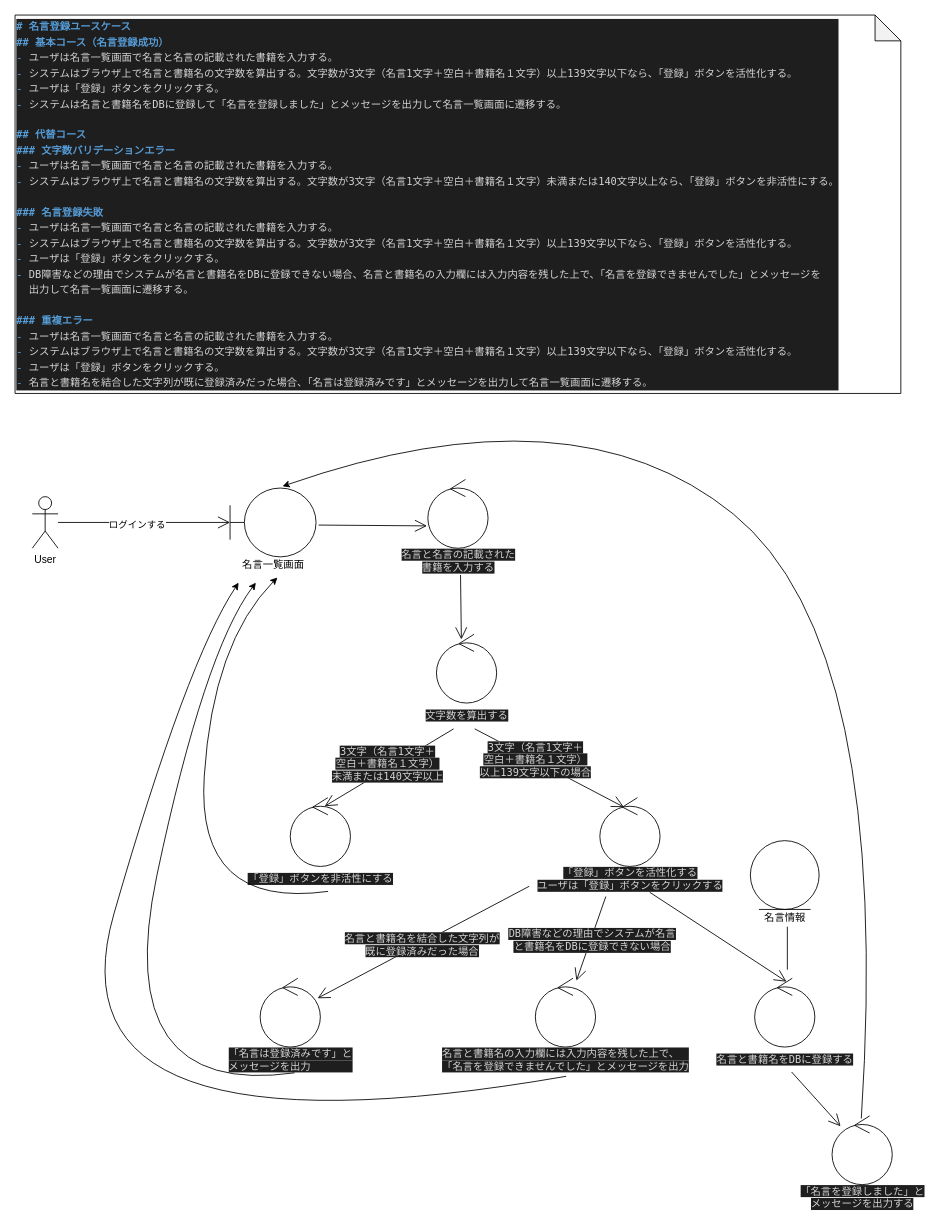
The draw.io diagram page "名言登録v0.1" (4 of 7) of docs/ICONIX/RobustnessMap.drawio in yasugahira0810/kotodama, before the edit. Source tidied: cells renumbered, new cells numbered last; positions are measured from the earlier drawing's top-left corner, leaving out a move shared by most shapes. Both pictures are drawn from the tidied source at 86%, with x=0, y=0 at pixel (15, 15).
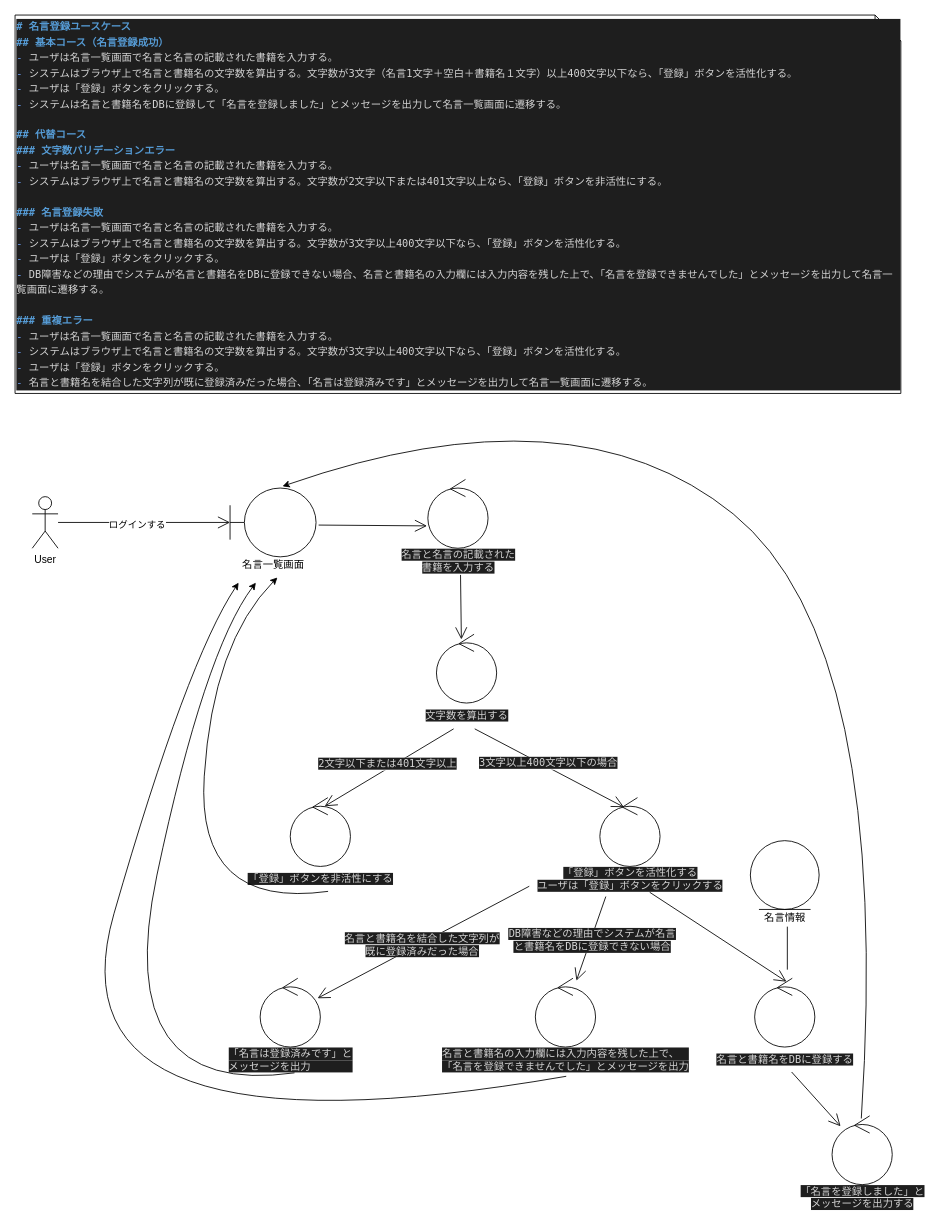
Above is the later version.

Unchanged cells that the change refers to:
```xml
<mxCell id="18" style="endArrow=open;endFill=1;endSize=12;html=1;exitX=0.52;exitY=1.033;exitDx=0;exitDy=0;exitPerimeter=0;entryX=0.4;entryY=0.138;entryDx=0;entryDy=0;entryPerimeter=0;" parent="1" edge="1" target="23">
  <mxGeometry relative="1" as="geometry">
    <mxPoint x="534.5" y="830" as="sourcePoint" />
  </mxGeometry>
</mxCell>
<mxCell id="20" style="endArrow=open;endFill=1;endSize=12;html=1;exitX=0.52;exitY=1.033;exitDx=0;exitDy=0;exitPerimeter=0;" parent="1" edge="1">
  <mxGeometry relative="1" as="geometry">
    <mxPoint x="510" y="830" as="sourcePoint" />
    <mxPoint x="360" y="920" as="targetPoint" />
  </mxGeometry>
</mxCell>
```

Diff of the diagram source:
```diff
@@
-    <mxCell id="3" value="&lt;div style=&quot;color: rgb(212 , 212 , 212) ; background-color: rgb(30 , 30 , 30) ; font-family: &amp;#34;menlo&amp;#34; , &amp;#34;monaco&amp;#34; , &amp;#34;courier new&amp;#34; , monospace ; font-weight: normal ; font-size: 12px ; line-height: 18px&quot;&gt;&lt;div style=&quot;font-family: &amp;#34;menlo&amp;#34; , &amp;#34;monaco&amp;#34; , &amp;#34;courier new&amp;#34; , monospace ; line-height: 18px&quot;&gt;&lt;div style=&quot;font-family: &amp;#34;menlo&amp;#34; , &amp;#34;monaco&amp;#34; , &amp;#34;courier new&amp;#34; , monospace ; line-height: 18px&quot;&gt;&lt;div&gt;&lt;span style=&quot;color: #569cd6 ; font-weight: bold&quot;&gt;# 名言登録ユースケース&lt;/span&gt;&lt;/div&gt;&lt;div&gt;&lt;span style=&quot;color: #569cd6 ; font-weight: bold&quot;&gt;## 基本コース（名言登録成功）&lt;/span&gt;&lt;/div&gt;&lt;div&gt;&lt;span style=&quot;color: #6796e6&quot;&gt;-&lt;/span&gt; ユーザは名言一覧画面で名言と名言の記載された書籍を入力する。&lt;/div&gt;&lt;div&gt;&lt;span style=&quot;color: #6796e6&quot;&gt;-&lt;/span&gt; システムはブラウザ上で名言と書籍名の文字数を算出する。文字数が3文字（名言1文字＋空白＋書籍名１文字）以上139文字以下なら、「登録」ボタンを活性化する。&lt;/div&gt;&lt;div&gt;&lt;span style=&quot;color: #6796e6&quot;&gt;-&lt;/span&gt; ユーザは「登録」ボタンをクリックする。&lt;/div&gt;&lt;div&gt;&lt;span style=&quot;color: #6796e6&quot;&gt;-&lt;/span&gt; システムは名言と書籍名をDBに登録して「名言を登録しました」とメッセージを出力して名言一覧画面に遷移する。&lt;/div&gt;&lt;br&gt;&lt;div&gt;&lt;span style=&quot;color: #569cd6 ; font-weight: bold&quot;&gt;## 代替コース&lt;/span&gt;&lt;/div&gt;&lt;div&gt;&lt;span style=&quot;color: #569cd6 ; font-weight: bold&quot;&gt;### 文字数バリデーションエラー&lt;/span&gt;&lt;/div&gt;&lt;div&gt;&lt;span style=&quot;color: #6796e6&quot;&gt;-&lt;/span&gt; ユーザは名言一覧画面で名言と名言の記載された書籍を入力する。&lt;/div&gt;&lt;div&gt;&lt;span style=&quot;color: #6796e6&quot;&gt;-&lt;/span&gt; システムはブラウザ上で名言と書籍名の文字数を算出する。文字数が3文字（名言1文字＋空白＋書籍名１文字）未満または140文字以上なら、「登録」ボタンを非活性にする。&lt;/div&gt;&lt;br&gt;&lt;div&gt;&lt;span style=&quot;color: #569cd6 ; font-weight: bold&quot;&gt;### 名言登録失敗&lt;/span&gt;&lt;/div&gt;&lt;div&gt;&lt;span style=&quot;color: #6796e6&quot;&gt;-&lt;/span&gt; ユーザは名言一覧画面で名言と名言の記載された書籍を入力する。&lt;/div&gt;&lt;div&gt;&lt;span style=&quot;color: #6796e6&quot;&gt;-&lt;/span&gt; システムはブラウザ上で名言と書籍名の文字数を算出する。文字数が3文字（名言1文字＋空白＋書籍名１文字）以上139文字以下なら、「登録」ボタンを活性化する。&lt;/div&gt;&lt;div&gt;&lt;span style=&quot;color: #6796e6&quot;&gt;-&lt;/span&gt; ユーザは「登録」ボタンをクリックする。&lt;/div&gt;&lt;div&gt;&lt;span style=&quot;color: #6796e6&quot;&gt;-&lt;/span&gt; DB障害などの理由でシステムが名言と書籍名をDBに登録できない場合、名言と書籍名の入力欄には入力内容を残した上で、「名言を登録できませんでした」とメッセージを&lt;/div&gt;&lt;div&gt;&amp;nbsp; 出力して名言一覧画面に遷移する。&lt;/div&gt;&lt;div&gt;&lt;br&gt;&lt;/div&gt;&lt;div&gt;&lt;div style=&quot;font-family: &amp;#34;menlo&amp;#34; , &amp;#34;monaco&amp;#34; , &amp;#34;courier new&amp;#34; , monospace ; line-height: 18px&quot;&gt;&lt;div&gt;&lt;span style=&quot;color: #569cd6 ; font-weight: bold&quot;&gt;### 重複エラー&lt;/span&gt;&lt;/div&gt;&lt;div&gt;&lt;span style=&quot;color: #6796e6&quot;&gt;-&lt;/span&gt; ユーザは名言一覧画面で名言と名言の記載された書籍を入力する。&lt;/div&gt;&lt;div&gt;&lt;span style=&quot;color: #6796e6&quot;&gt;-&lt;/span&gt; システムはブラウザ上で名言と書籍名の文字数を算出する。文字数が3文字（名言1文字＋空白＋書籍名１文字）以上139文字以下なら、「登録」ボタンを活性化する。&lt;/div&gt;&lt;div&gt;&lt;span style=&quot;color: #6796e6&quot;&gt;-&lt;/span&gt; ユーザは「登録」ボタンをクリックする。&lt;/div&gt;&lt;div&gt;&lt;span style=&quot;color: #6796e6&quot;&gt;-&lt;/span&gt; 名言と書籍名を結合した文字列が既に登録済みだった場合、「名言は登録済みです」とメッセージを出力して名言一覧画面に遷移する。&lt;/div&gt;&lt;/div&gt;&lt;/div&gt;&lt;/div&gt;&lt;/div&gt;&lt;/div&gt;" style="shape=note;whiteSpace=wrap;html=1;backgroundOutline=1;darkOpacity=0.05;align=left;" parent="1" vertex="1">
+    <mxCell id="3" value="&lt;div style=&quot;color: rgb(212 , 212 , 212) ; background-color: rgb(30 , 30 , 30) ; font-family: &amp;#34;menlo&amp;#34; , &amp;#34;monaco&amp;#34; , &amp;#34;courier new&amp;#34; , monospace ; font-weight: normal ; font-size: 12px ; line-height: 18px&quot;&gt;&lt;div style=&quot;font-family: &amp;#34;menlo&amp;#34; , &amp;#34;monaco&amp;#34; , &amp;#34;courier new&amp;#34; , monospace ; line-height: 18px&quot;&gt;&lt;div style=&quot;font-family: &amp;#34;menlo&amp;#34; , &amp;#34;monaco&amp;#34; , &amp;#34;courier new&amp;#34; , monospace ; line-height: 18px&quot;&gt;&lt;span style=&quot;color: rgb(86 , 156 , 214) ; font-weight: bold ; font-family: &amp;#34;menlo&amp;#34; , &amp;#34;monaco&amp;#34; , &amp;#34;courier new&amp;#34; , monospace&quot;&gt;# 名言登録ユースケース&lt;/span&gt;&lt;br&gt;&lt;/div&gt;&lt;div style=&quot;font-family: &amp;#34;menlo&amp;#34; , &amp;#34;monaco&amp;#34; , &amp;#34;courier new&amp;#34; , monospace ; line-height: 18px&quot;&gt;&lt;div style=&quot;font-family: &amp;#34;menlo&amp;#34; , &amp;#34;monaco&amp;#34; , &amp;#34;courier new&amp;#34; , monospace ; line-height: 18px&quot;&gt;&lt;div&gt;&lt;span style=&quot;color: #569cd6 ; font-weight: bold&quot;&gt;## 基本コース（名言登録成功）&lt;/span&gt;&lt;/div&gt;&lt;div&gt;&lt;span style=&quot;color: #6796e6&quot;&gt;-&lt;/span&gt; ユーザは名言一覧画面で名言と名言の記載された書籍を入力する。&lt;/div&gt;&lt;div&gt;&lt;span style=&quot;color: #6796e6&quot;&gt;-&lt;/span&gt; システムはブラウザ上で名言と書籍名の文字数を算出する。文字数が3文字（名言1文字＋空白＋書籍名１文字）以上400文字以下なら、「登録」ボタンを活性化する。&lt;/div&gt;&lt;div&gt;&lt;span style=&quot;color: #6796e6&quot;&gt;-&lt;/span&gt; ユーザは「登録」ボタンをクリックする。&lt;/div&gt;&lt;div&gt;&lt;span style=&quot;color: #6796e6&quot;&gt;-&lt;/span&gt; システムは名言と書籍名をDBに登録して「名言を登録しました」とメッセージを出力して名言一覧画面に遷移する。&lt;/div&gt;&lt;br&gt;&lt;div&gt;&lt;span style=&quot;color: #569cd6 ; font-weight: bold&quot;&gt;## 代替コース&lt;/span&gt;&lt;/div&gt;&lt;div&gt;&lt;span style=&quot;color: #569cd6 ; font-weight: bold&quot;&gt;### 文字数バリデーションエラー&lt;/span&gt;&lt;/div&gt;&lt;div&gt;&lt;span style=&quot;color: #6796e6&quot;&gt;-&lt;/span&gt; ユーザは名言一覧画面で名言と名言の記載された書籍を入力する。&lt;/div&gt;&lt;div&gt;&lt;span style=&quot;color: #6796e6&quot;&gt;-&lt;/span&gt; システムはブラウザ上で名言と書籍名の文字数を算出する。文字数が2文字以下または401文字以上なら、「登録」ボタンを非活性にする。&lt;/div&gt;&lt;br&gt;&lt;div&gt;&lt;span style=&quot;color: #569cd6 ; font-weight: bold&quot;&gt;### 名言登録失敗&lt;/span&gt;&lt;/div&gt;&lt;div&gt;&lt;span style=&quot;color: #6796e6&quot;&gt;-&lt;/span&gt; ユーザは名言一覧画面で名言と名言の記載された書籍を入力する。&lt;/div&gt;&lt;div&gt;&lt;span style=&quot;color: #6796e6&quot;&gt;-&lt;/span&gt; システムはブラウザ上で名言と書籍名の文字数を算出する。文字数が3文字以上400文字以下なら、「登録」ボタンを活性化する。&lt;/div&gt;&lt;div&gt;&lt;span style=&quot;color: #6796e6&quot;&gt;-&lt;/span&gt; ユーザは「登録」ボタンをクリックする。&lt;/div&gt;&lt;div&gt;&lt;span style=&quot;color: #6796e6&quot;&gt;-&lt;/span&gt; DB障害などの理由でシステムが名言と書籍名をDBに登録できない場合、名言と書籍名の入力欄には入力内容を残した上で、「名言を登録できませんでした」とメッセージを出力して名言一覧画面に遷移する。&lt;/div&gt;&lt;br&gt;&lt;div&gt;&lt;span style=&quot;color: #569cd6 ; font-weight: bold&quot;&gt;### 重複エラー&lt;/span&gt;&lt;/div&gt;&lt;div&gt;&lt;span style=&quot;color: #6796e6&quot;&gt;-&lt;/span&gt; ユーザは名言一覧画面で名言と名言の記載された書籍を入力する。&lt;/div&gt;&lt;div&gt;&lt;span style=&quot;color: #6796e6&quot;&gt;-&lt;/span&gt; システムはブラウザ上で名言と書籍名の文字数を算出する。文字数が3文字以上400文字以下なら、「登録」ボタンを活性化する。&lt;/div&gt;&lt;div&gt;&lt;span style=&quot;color: #6796e6&quot;&gt;-&lt;/span&gt; ユーザは「登録」ボタンをクリックする。&lt;/div&gt;&lt;div&gt;&lt;span style=&quot;color: #6796e6&quot;&gt;-&lt;/span&gt; 名言と書籍名を結合した文字列が既に登録済みだった場合、「名言は登録済みです」とメッセージを出力して名言一覧画面に遷移する。&lt;/div&gt;&lt;/div&gt;&lt;/div&gt;&lt;/div&gt;&lt;/div&gt;" style="shape=note;whiteSpace=wrap;html=1;backgroundOutline=1;darkOpacity=0.05;align=left;" parent="1" vertex="1">
       <mxGeometry width="1030" height="440" as="geometry" />
     </mxCell>
@@
-    <mxCell id="19" value="&lt;span style=&quot;color: rgb(212 , 212 , 212) ; font-family: &amp;#34;menlo&amp;#34; , &amp;#34;monaco&amp;#34; , &amp;#34;courier new&amp;#34; , monospace ; font-size: 12px ; text-align: left ; background-color: rgb(30 , 30 , 30)&quot;&gt;3文字（名言1文字＋&lt;br&gt;空白＋書籍名１文字）&lt;br&gt;以上139文字以下の場合&lt;br&gt;&lt;/span&gt;" style="edgeLabel;html=1;align=center;verticalAlign=middle;" parent="18" vertex="1">
-      <mxGeometry x="-0.19" y="1" relative="1" as="geometry" />
+    <mxCell id="19" value="&lt;span style=&quot;color: rgb(212 , 212 , 212) ; font-family: &amp;#34;menlo&amp;#34; , &amp;#34;monaco&amp;#34; , &amp;#34;courier new&amp;#34; , monospace ; font-size: 12px ; text-align: left ; background-color: rgb(30 , 30 , 30)&quot;&gt;3文字以上400文字以下の場合&lt;br&gt;&lt;/span&gt;" style="edgeLabel;html=1;align=center;verticalAlign=middle;" parent="18" vertex="1">
+      <mxGeometry x="-0.19" y="1" relative="1" as="geometry">
+        <mxPoint x="14.2" y="3.7" as="offset" />
+      </mxGeometry>
     </mxCell>
@@
-    <mxCell id="21" value="&lt;span style=&quot;color: rgb(212 , 212 , 212) ; font-family: &amp;#34;menlo&amp;#34; , &amp;#34;monaco&amp;#34; , &amp;#34;courier new&amp;#34; , monospace ; font-size: 12px ; text-align: left ; background-color: rgb(30 , 30 , 30)&quot;&gt;3文字（名言1文字＋&lt;br&gt;空白＋書籍名１文字）&lt;br&gt;未満または140文字以上&lt;/span&gt;" style="edgeLabel;html=1;align=center;verticalAlign=middle;" parent="20" vertex="1">
+    <mxCell id="21" value="&lt;span style=&quot;color: rgb(212 , 212 , 212) ; font-family: &amp;#34;menlo&amp;#34; , &amp;#34;monaco&amp;#34; , &amp;#34;courier new&amp;#34; , monospace ; font-size: 12px ; text-align: left ; background-color: rgb(30 , 30 , 30)&quot;&gt;2文字以下または401文字以上&lt;/span&gt;" style="edgeLabel;html=1;align=center;verticalAlign=middle;" parent="20" vertex="1">
       <mxGeometry x="0.06" y="2" relative="1" as="geometry">
         <mxPoint x="1.4" y="-9" as="offset" />
       </mxGeometry>
     </mxCell>
```
